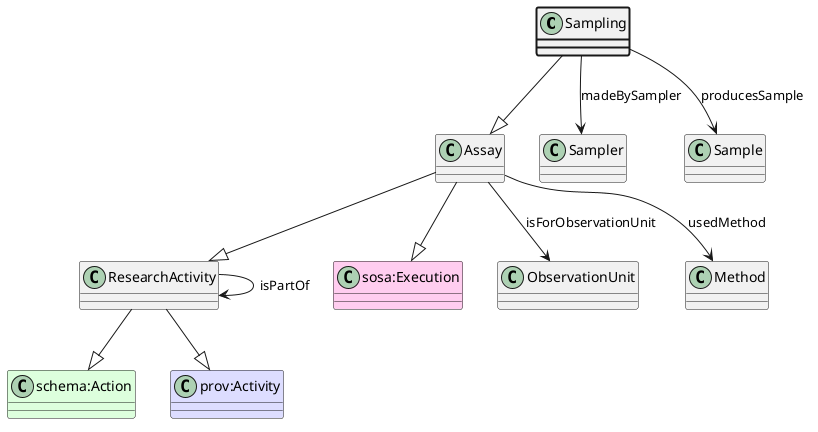
This is ttl_uml/ttl_appn_Sampling.png from aus-plant-phenomics-network/appn-schema, a PlantUML export, as it was before one commit.
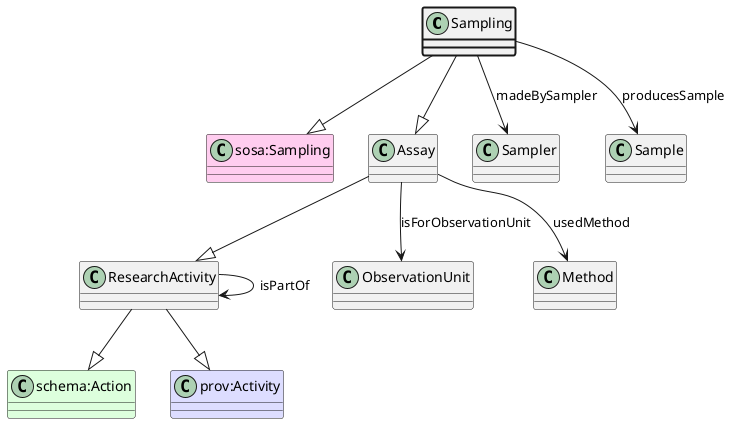
The same file after the commit.

What changed in the source:
```diff
@@ -1,5 +1,7 @@
 @startuml
 class Sampling  #line.bold
+class "sosa:Sampling" #FFCCEE
+Sampling --|> "sosa:Sampling"
 class Assay
 class ResearchActivity
 class "schema:Action" #DDFFDD
@@ -7,8 +9,6 @@
 class "prov:Activity" #DDDDFF
 ResearchActivity --|> "prov:Activity"
 Assay --|> ResearchActivity
-class "sosa:Execution" #FFCCEE
-Assay --|> "sosa:Execution"
 Sampling --|> Assay
 class Sampler
 Sampling --> Sampler : madeBySampler
```
